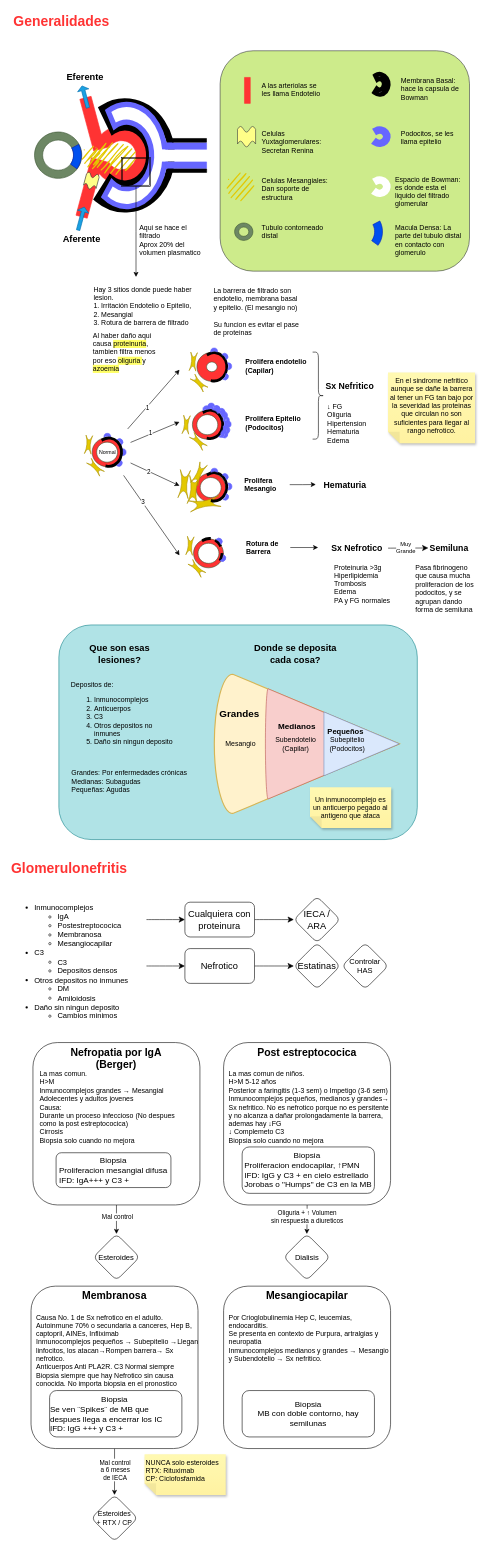
The draw.io diagram Nefro.drawio in Santicabal/Apuntes, before the edit. Source tidied: cells renumbered, new cells numbered last; positions are measured from the earlier drawing's top-left corner, leaving out a move shared by most shapes. Both pictures are drawn from the tidied source at 58%, with x=0, y=0 at pixel (10, 10).
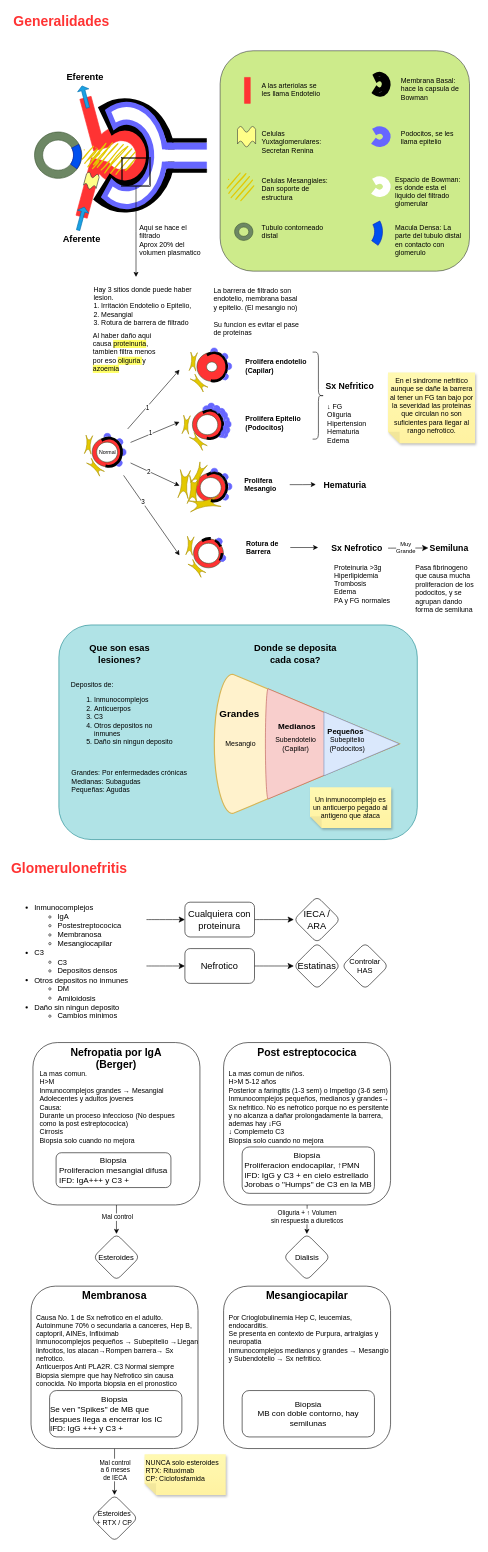
The same page after the edit.

Change to the diagram source:
```diff
@@
-    <mxCell id="162" value="Biopsia&amp;nbsp;&lt;br style=&quot;font-size: 14px;&quot;&gt;&lt;div style=&quot;text-align: left;&quot;&gt;&lt;span style=&quot;background-color: initial;&quot;&gt;Se ven ¨Spikes¨ de MB que despues llega a encerrar los IC&lt;br&gt;&lt;/span&gt;&lt;/div&gt;&lt;div style=&quot;text-align: left;&quot;&gt;&lt;span style=&quot;background-color: initial;&quot;&gt;IFD: IgG +++ y C3 + &lt;br&gt;&lt;/span&gt;&lt;/div&gt;" style="rounded=1;whiteSpace=wrap;html=1;fontSize=14;" parent="1" vertex="1">
+    <mxCell id="162" value="Biopsia&amp;nbsp;&lt;br style=&quot;font-size: 14px;&quot;&gt;&lt;div style=&quot;text-align: left;&quot;&gt;&lt;span style=&quot;background-color: initial;&quot;&gt;Se ven &quot;Spikes&quot; de MB que despues llega a encerrar los IC&lt;br&gt;&lt;/span&gt;&lt;/div&gt;&lt;div style=&quot;text-align: left;&quot;&gt;&lt;span style=&quot;background-color: initial;&quot;&gt;IFD: IgG +++ y C3 + &lt;br&gt;&lt;/span&gt;&lt;/div&gt;" style="rounded=1;whiteSpace=wrap;html=1;fontSize=14;" parent="1" vertex="1">
       <mxGeometry x="68" y="2380" width="228.1" height="80" as="geometry" />
     </mxCell>
```
